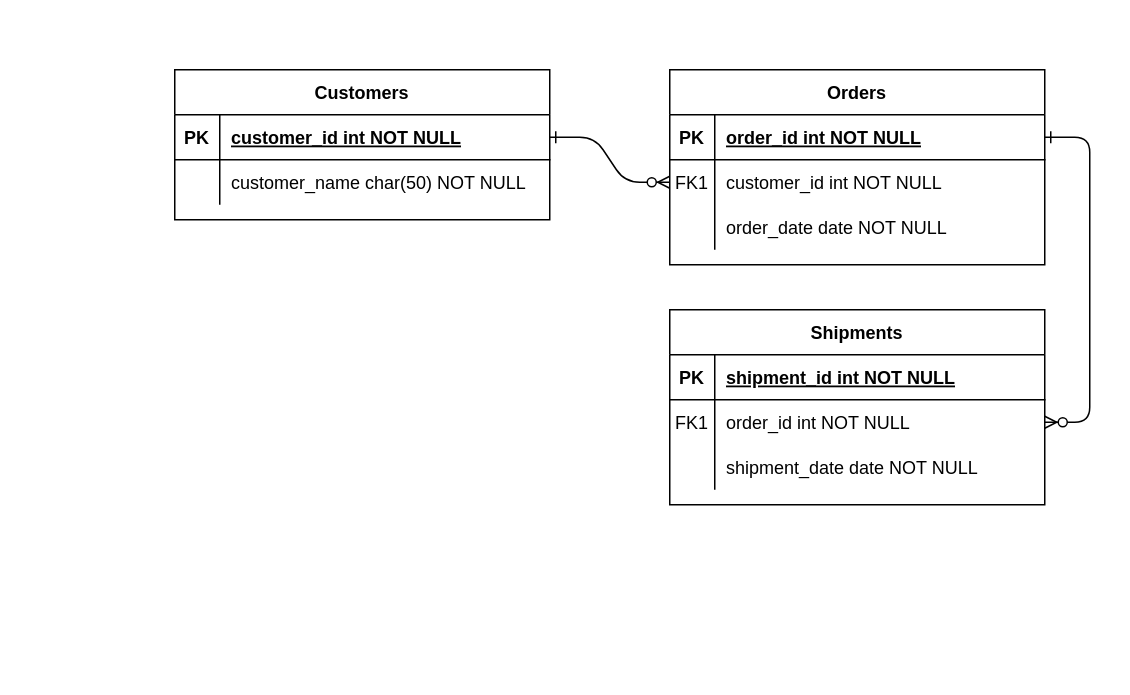
The draw.io diagram Aluguel carros.drawio in ArthurF-S/git_test, before the edit. Source tidied: cells renumbered, new cells numbered last; positions are measured from the earlier drawing's top-left corner, leaving out a move shared by most shapes. Both pictures are drawn from the tidied source at 150%, with x=0, y=0 at pixel (174, 69).
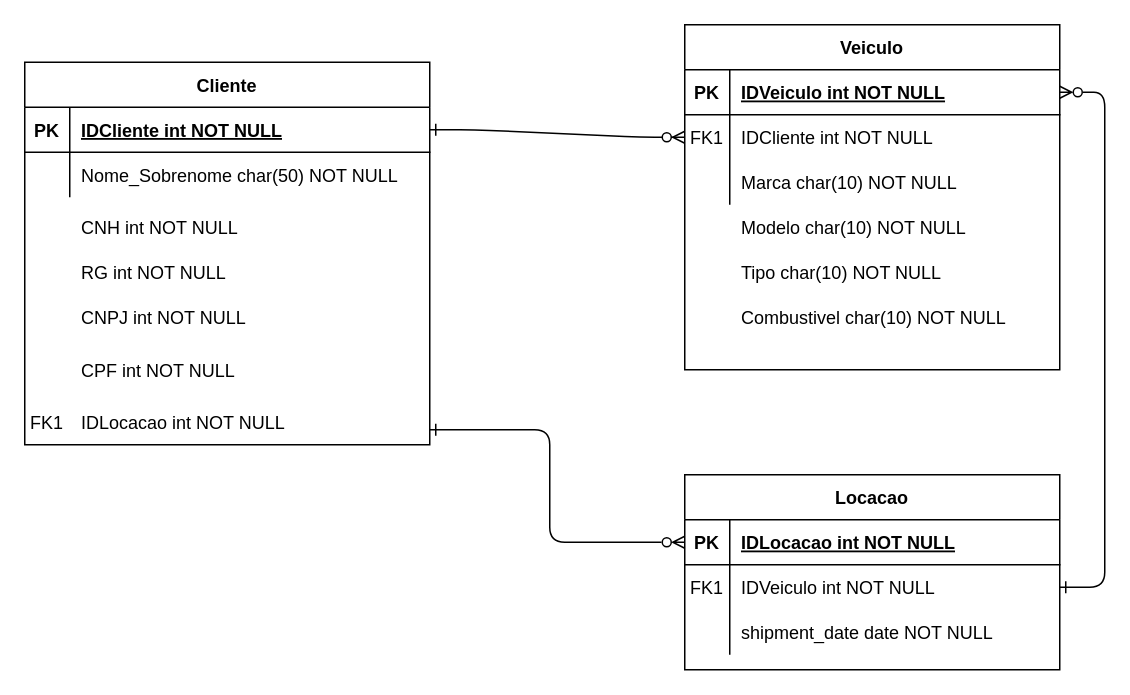
The same diagram, later.

The change refers to these unchanged cells:
```xml
<mxCell id="5" style="shape=partialRectangle;fillColor=none;points=[[0,0.5],[1,0.5]];portConstraint=eastwest;top=0;left=0;right=0;bottom=1;" parent="4" vertex="1">
  <mxGeometry y="30" width="250" height="30" as="geometry" />
</mxCell>
<mxCell id="8" style="shape=partialRectangle;fillColor=none;points=[[0,0.5],[1,0.5]];portConstraint=eastwest;top=0;left=0;right=0;bottom=0;" parent="4" vertex="1">
  <mxGeometry y="60" width="250" height="30" as="geometry" />
</mxCell>
<mxCell id="11" style="shape=partialRectangle;fillColor=none;top=0;left=0;right=0;bottom=0;" parent="4" vertex="1">
  <mxGeometry y="90" width="250" height="30" as="geometry" />
</mxCell>
<mxCell id="15" style="shape=partialRectangle;fillColor=none;points=[[0,0.5],[1,0.5]];portConstraint=eastwest;top=0;left=0;right=0;bottom=1;" parent="14" vertex="1">
  <mxGeometry y="30" width="250" height="30" as="geometry" />
</mxCell>
<mxCell id="18" style="shape=partialRectangle;fillColor=none;points=[[0,0.5],[1,0.5]];portConstraint=eastwest;top=0;left=0;right=0;bottom=0;" parent="14" vertex="1">
  <mxGeometry y="60" width="250" height="30" as="geometry" />
</mxCell>
```

Change to the diagram source:
```diff
@@
-    <mxCell id="3" style="edgeStyle=entityRelationEdgeStyle;endArrow=ERzeroToMany;startArrow=ERone;endFill=1;startFill=0;" parent="1" edge="1" source="5" target="18">
+    <mxCell id="3" style="edgeStyle=entityRelationEdgeStyle;endArrow=ERone;startArrow=ERzeroToMany;endFill=0;startFill=0;" parent="1" edge="1" source="5" target="18">
       <mxGeometry relative="1" as="geometry" />
     </mxCell>
-    <mxCell id="4" value="Orders" style="shape=table;startSize=30;childLayout=tableLayout;rowLines=0;fontStyle=1;align=center;" parent="1" vertex="1">
-      <mxGeometry x="330" width="250" height="130" as="geometry" />
+    <mxCell id="4" value="Veiculo" style="shape=table;startSize=30;childLayout=tableLayout;rowLines=0;fontStyle=1;align=center;" parent="1" vertex="1">
+      <mxGeometry x="340" y="-30" width="250" height="230" as="geometry" />
     </mxCell>
@@
-    <mxCell id="7" value="order_id int NOT NULL " style="shape=partialRectangle;overflow=hidden;fillColor=none;top=0;left=0;bottom=0;right=0;align=left;spacingLeft=6;fontStyle=5;" parent="5" vertex="1">
+    <mxCell id="7" value="IDVeiculo int NOT NULL" style="shape=partialRectangle;overflow=hidden;fillColor=none;top=0;left=0;bottom=0;right=0;align=left;spacingLeft=6;fontStyle=5;" parent="5" vertex="1">
       <mxGeometry x="30" width="220" height="30" as="geometry" />
     </mxCell>
@@
-    <mxCell id="10" value="customer_id int NOT NULL" style="shape=partialRectangle;overflow=hidden;fillColor=none;top=0;left=0;bottom=0;right=0;align=left;spacingLeft=6;" parent="8" vertex="1">
+    <mxCell id="10" value="IDCliente int NOT NULL" style="shape=partialRectangle;overflow=hidden;fillColor=none;top=0;left=0;bottom=0;right=0;align=left;spacingLeft=6;" parent="8" vertex="1">
       <mxGeometry x="30" width="220" height="30" as="geometry" />
     </mxCell>
@@
-    <mxCell id="13" value="order_date date NOT NULL" style="shape=partialRectangle;overflow=hidden;fillColor=none;top=0;left=0;bottom=0;right=0;align=left;spacingLeft=6;" parent="11" vertex="1">
+    <mxCell id="13" value="Marca char(10) NOT NULL" style="shape=partialRectangle;overflow=hidden;fillColor=none;top=0;left=0;bottom=0;right=0;align=left;spacingLeft=6;" parent="11" vertex="1">
       <mxGeometry x="30" width="220" height="30" as="geometry" />
     </mxCell>
-    <mxCell id="14" value="Shipments" style="shape=table;startSize=30;childLayout=tableLayout;rowLines=0;fontStyle=1;align=center;" parent="1" vertex="1">
-      <mxGeometry x="330" y="160" width="250" height="130" as="geometry" />
+    <mxCell id="14" value="Locacao" style="shape=table;startSize=30;childLayout=tableLayout;rowLines=0;fontStyle=1;align=center;" parent="1" vertex="1">
+      <mxGeometry x="340" y="270" width="250" height="130" as="geometry" />
     </mxCell>
@@
-    <mxCell id="17" value="shipment_id int NOT NULL " style="shape=partialRectangle;overflow=hidden;fillColor=none;top=0;left=0;bottom=0;right=0;align=left;spacingLeft=6;fontStyle=5;" parent="15" vertex="1">
+    <mxCell id="17" value="IDLocacao int NOT NULL" style="shape=partialRectangle;overflow=hidden;fillColor=none;top=0;left=0;bottom=0;right=0;align=left;spacingLeft=6;fontStyle=5;" parent="15" vertex="1">
       <mxGeometry x="30" width="220" height="30" as="geometry" />
     </mxCell>
@@
-    <mxCell id="20" value="order_id int NOT NULL" style="shape=partialRectangle;overflow=hidden;fillColor=none;top=0;left=0;bottom=0;right=0;align=left;spacingLeft=6;" parent="18" vertex="1">
+    <mxCell id="20" value="IDVeiculo int NOT NULL" style="shape=partialRectangle;overflow=hidden;fillColor=none;top=0;left=0;bottom=0;right=0;align=left;spacingLeft=6;" parent="18" vertex="1">
       <mxGeometry x="30" width="220" height="30" as="geometry" />
     </mxCell>
@@
-    <mxCell id="24" value="Customers" style="shape=table;startSize=30;childLayout=tableLayout;rowLines=0;fontStyle=1;align=center;" parent="1" vertex="1">
-      <mxGeometry width="250" height="100" as="geometry" />
+    <mxCell id="24" value="Cliente" style="shape=table;startSize=30;childLayout=tableLayout;rowLines=0;fontStyle=1;align=center;" parent="1" vertex="1">
+      <mxGeometry x="-100" y="-5" width="270" height="255" as="geometry" />
     </mxCell>
     <mxCell id="25" style="shape=partialRectangle;fillColor=none;points=[[0,0.5],[1,0.5]];portConstraint=eastwest;top=0;left=0;right=0;bottom=1;" parent="24" vertex="1">
-      <mxGeometry y="30" width="250" height="30" as="geometry" />
+      <mxGeometry y="30" width="270" height="30" as="geometry" />
     </mxCell>
@@
-    <mxCell id="27" value="customer_id int NOT NULL " style="shape=partialRectangle;overflow=hidden;fillColor=none;top=0;left=0;bottom=0;right=0;align=left;spacingLeft=6;fontStyle=5;" parent="25" vertex="1">
-      <mxGeometry x="30" width="220" height="30" as="geometry" />
+    <mxCell id="27" value="IDCliente int NOT NULL " style="shape=partialRectangle;overflow=hidden;fillColor=none;top=0;left=0;bottom=0;right=0;align=left;spacingLeft=6;fontStyle=5;" parent="25" vertex="1">
+      <mxGeometry x="30" width="240" height="30" as="geometry" />
     </mxCell>
     <mxCell id="28" style="shape=partialRectangle;fillColor=none;top=0;left=0;right=0;bottom=0;" parent="24" vertex="1">
-      <mxGeometry y="60" width="250" height="30" as="geometry" />
+      <mxGeometry y="60" width="270" height="30" as="geometry" />
     </mxCell>
@@
-    <mxCell id="30" value="customer_name char(50) NOT NULL" style="shape=partialRectangle;overflow=hidden;fillColor=none;top=0;left=0;bottom=0;right=0;align=left;spacingLeft=6;" parent="28" vertex="1">
-      <mxGeometry x="30" width="220" height="30" as="geometry" />
+    <mxCell id="30" value="Nome_Sobrenome char(50) NOT NULL" style="shape=partialRectangle;overflow=hidden;fillColor=none;top=0;left=0;bottom=0;right=0;align=left;spacingLeft=6;" parent="28" vertex="1">
+      <mxGeometry x="30" width="240" height="30" as="geometry" />
     </mxCell>
+    <mxCell id="31" value="CNPJ int NOT NULL" style="shape=partialRectangle;overflow=hidden;fillColor=none;top=0;left=0;bottom=0;right=0;align=left;spacingLeft=6;" parent="1" vertex="1">
+      <mxGeometry x="-70" y="150" width="240" height="30" as="geometry" />
+    </mxCell>
+    <mxCell id="32" value="CPF int NOT NULL" style="shape=partialRectangle;overflow=hidden;fillColor=none;top=0;left=0;bottom=0;right=0;align=left;spacingLeft=6;" parent="1" vertex="1">
+      <mxGeometry x="-70" y="185" width="240" height="30" as="geometry" />
+    </mxCell>
+    <mxCell id="33" value="RG int NOT NULL" style="shape=partialRectangle;overflow=hidden;fillColor=none;top=0;left=0;bottom=0;right=0;align=left;spacingLeft=6;" parent="1" vertex="1">
+      <mxGeometry x="-70" y="120" width="240" height="30" as="geometry" />
+    </mxCell>
+    <mxCell id="34" value="CNH int NOT NULL" style="shape=partialRectangle;overflow=hidden;fillColor=none;top=0;left=0;bottom=0;right=0;align=left;spacingLeft=6;" parent="1" vertex="1">
+      <mxGeometry x="-70" y="90" width="240" height="30" as="geometry" />
+    </mxCell>
+    <mxCell id="35" style="shape=partialRectangle;fillColor=none;top=0;left=0;right=0;bottom=0;" parent="1" vertex="1">
+      <mxGeometry x="340" y="90" width="250" height="30" as="geometry" />
+    </mxCell>
+    <mxCell id="36" style="shape=partialRectangle;overflow=hidden;fillColor=none;top=0;left=0;bottom=0;right=0;" parent="35" vertex="1">
+      <mxGeometry width="30" height="30" as="geometry" />
+    </mxCell>
+    <mxCell id="37" value="Modelo char(10) NOT NULL" style="shape=partialRectangle;overflow=hidden;fillColor=none;top=0;left=0;bottom=0;right=0;align=left;spacingLeft=6;" parent="35" vertex="1">
+      <mxGeometry x="30" width="220" height="30" as="geometry" />
+    </mxCell>
+    <mxCell id="38" style="shape=partialRectangle;fillColor=none;top=0;left=0;right=0;bottom=0;" parent="1" vertex="1">
+      <mxGeometry x="340" y="120" width="250" height="30" as="geometry" />
+    </mxCell>
+    <mxCell id="39" style="shape=partialRectangle;overflow=hidden;fillColor=none;top=0;left=0;bottom=0;right=0;" parent="38" vertex="1">
+      <mxGeometry width="30" height="30" as="geometry" />
+    </mxCell>
+    <mxCell id="40" value="Tipo char(10) NOT NULL" style="shape=partialRectangle;overflow=hidden;fillColor=none;top=0;left=0;bottom=0;right=0;align=left;spacingLeft=6;" parent="38" vertex="1">
+      <mxGeometry x="30" width="220" height="30" as="geometry" />
+    </mxCell>
+    <mxCell id="41" style="shape=partialRectangle;fillColor=none;top=0;left=0;right=0;bottom=0;" parent="1" vertex="1">
+      <mxGeometry x="340" y="150" width="250" height="30" as="geometry" />
+    </mxCell>
+    <mxCell id="42" style="shape=partialRectangle;overflow=hidden;fillColor=none;top=0;left=0;bottom=0;right=0;" parent="41" vertex="1">
+      <mxGeometry width="30" height="30" as="geometry" />
+    </mxCell>
+    <mxCell id="43" value="Combustivel char(10) NOT NULL" style="shape=partialRectangle;overflow=hidden;fillColor=none;top=0;left=0;bottom=0;right=0;align=left;spacingLeft=6;" parent="41" vertex="1">
+      <mxGeometry x="30" width="220" height="30" as="geometry" />
+    </mxCell>
+    <mxCell id="44" style="endArrow=ERone;startArrow=ERzeroToMany;endFill=0;startFill=0;exitX=0;exitY=0.5;exitDx=0;exitDy=0;edgeStyle=orthogonalEdgeStyle;" parent="1" edge="1" source="15">
+      <mxGeometry relative="1" as="geometry">
+        <mxPoint x="170" y="240" as="targetPoint" />
+        <Array as="points">
+          <mxPoint x="250" y="315" />
+          <mxPoint x="250" y="240" />
+        </Array>
+      </mxGeometry>
+    </mxCell>
+    <mxCell id="45" value="FK1" style="shape=partialRectangle;overflow=hidden;fillColor=none;top=0;left=0;bottom=0;right=0;" parent="1" vertex="1">
+      <mxGeometry x="-100" y="220" width="30" height="30" as="geometry" />
+    </mxCell>
+    <mxCell id="46" value="IDLocacao int NOT NULL" style="shape=partialRectangle;overflow=hidden;fillColor=none;top=0;left=0;bottom=0;right=0;align=left;spacingLeft=6;" parent="1" vertex="1">
+      <mxGeometry x="-70" y="220" width="220" height="30" as="geometry" />
+    </mxCell>
```
